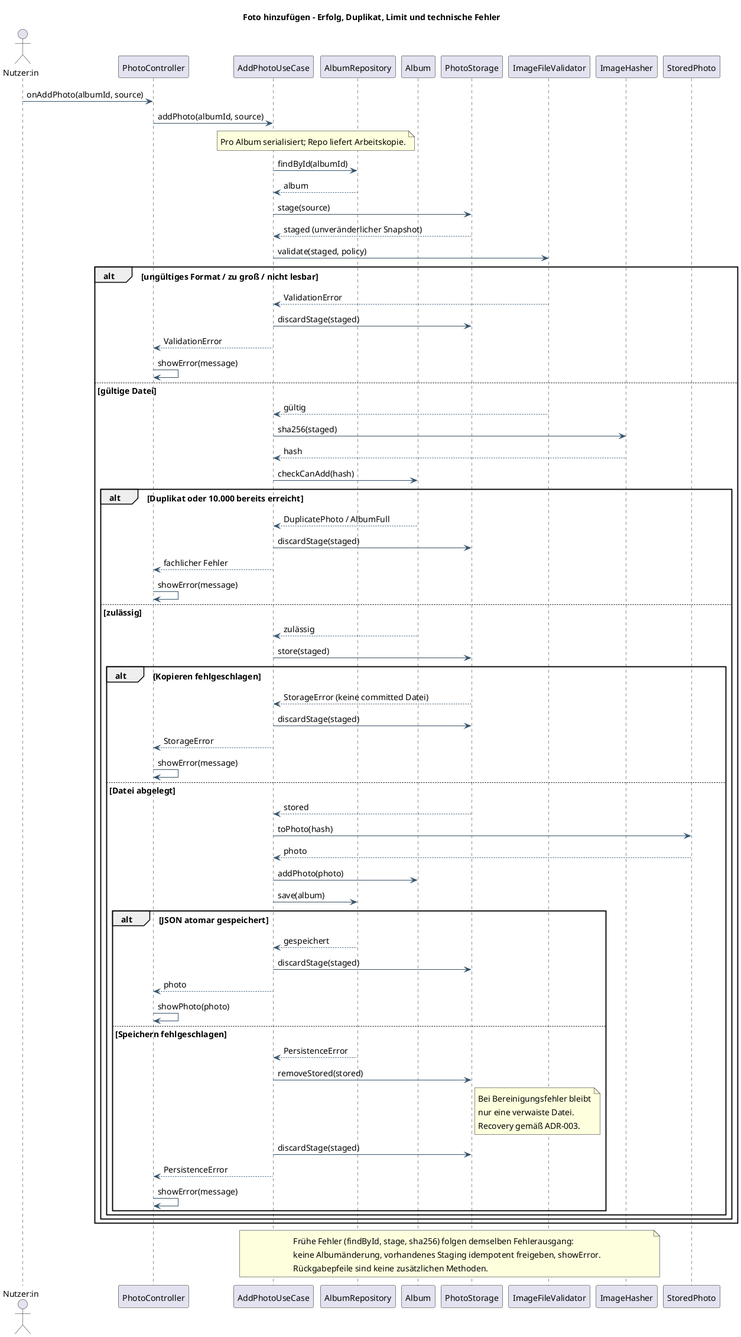
The PlantUML diagram docs/design/foto-hinzufuegen.png in ichessebaeume1/PhotoApp, before a commit. The source it was exported from:
```plantuml
@startuml
skinparam backgroundColor white
skinparam shadowing false
skinparam defaultFontName SansSerif
skinparam defaultFontSize 14
skinparam classAttributeIconSize 0
skinparam packageStyle rectangle
skinparam ArrowColor #34536B
skinparam classBackgroundColor #F1F6FA
skinparam classBorderColor #34536B
title Foto hinzufügen - Erfolg, Duplikat, Limit und technische Fehler
actor "Nutzer:in" as User
participant PhotoController as UI
participant AddPhotoUseCase as UC
participant AlbumRepository as Repo
participant Album
participant PhotoStorage as Storage
participant ImageFileValidator as Validator
participant ImageHasher as Hasher
participant StoredPhoto as Stored
User -> UI : onAddPhoto(albumId, source)
UI -> UC : addPhoto(albumId, source)
note over UC,Repo : Pro Album serialisiert; Repo liefert Arbeitskopie.
UC -> Repo : findById(albumId)
Repo --> UC : album
UC -> Storage : stage(source)
Storage --> UC : staged (unveränderlicher Snapshot)
UC -> Validator : validate(staged, policy)
alt ungültiges Format / zu groß / nicht lesbar
 Validator --> UC : ValidationError
 UC -> Storage : discardStage(staged)
 UC --> UI : ValidationError
 UI -> UI : showError(message)
else gültige Datei
 Validator --> UC : gültig
 UC -> Hasher : sha256(staged)
 Hasher --> UC : hash
 UC -> Album : checkCanAdd(hash)
 alt Duplikat oder 10.000 bereits erreicht
  Album --> UC : DuplicatePhoto / AlbumFull
  UC -> Storage : discardStage(staged)
  UC --> UI : fachlicher Fehler
  UI -> UI : showError(message)
 else zulässig
  Album --> UC : zulässig
  UC -> Storage : store(staged)
  alt Kopieren fehlgeschlagen
   Storage --> UC : StorageError (keine committed Datei)
   UC -> Storage : discardStage(staged)
   UC --> UI : StorageError
   UI -> UI : showError(message)
  else Datei abgelegt
   Storage --> UC : stored
   UC -> Stored : toPhoto(hash)
   Stored --> UC : photo
   UC -> Album : addPhoto(photo)
   UC -> Repo : save(album)
   alt JSON atomar gespeichert
    Repo --> UC : gespeichert
    UC -> Storage : discardStage(staged)
    UC --> UI : photo
    UI -> UI : showPhoto(photo)
   else Speichern fehlgeschlagen
    Repo --> UC : PersistenceError
    UC -> Storage : removeStored(stored)
    note right of Storage
Bei Bereinigungsfehler bleibt
nur eine verwaiste Datei.
Recovery gemäß ADR-003.
end note
    UC -> Storage : discardStage(staged)
    UC --> UI : PersistenceError
    UI -> UI : showError(message)
   end
  end
 end
end
note over UC,Hasher
Frühe Fehler (findById, stage, sha256) folgen demselben Fehlerausgang:
keine Albumänderung, vorhandenes Staging idempotent freigeben, showError.
Rückgabepfeile sind keine zusätzlichen Methoden.
end note
@enduml
```
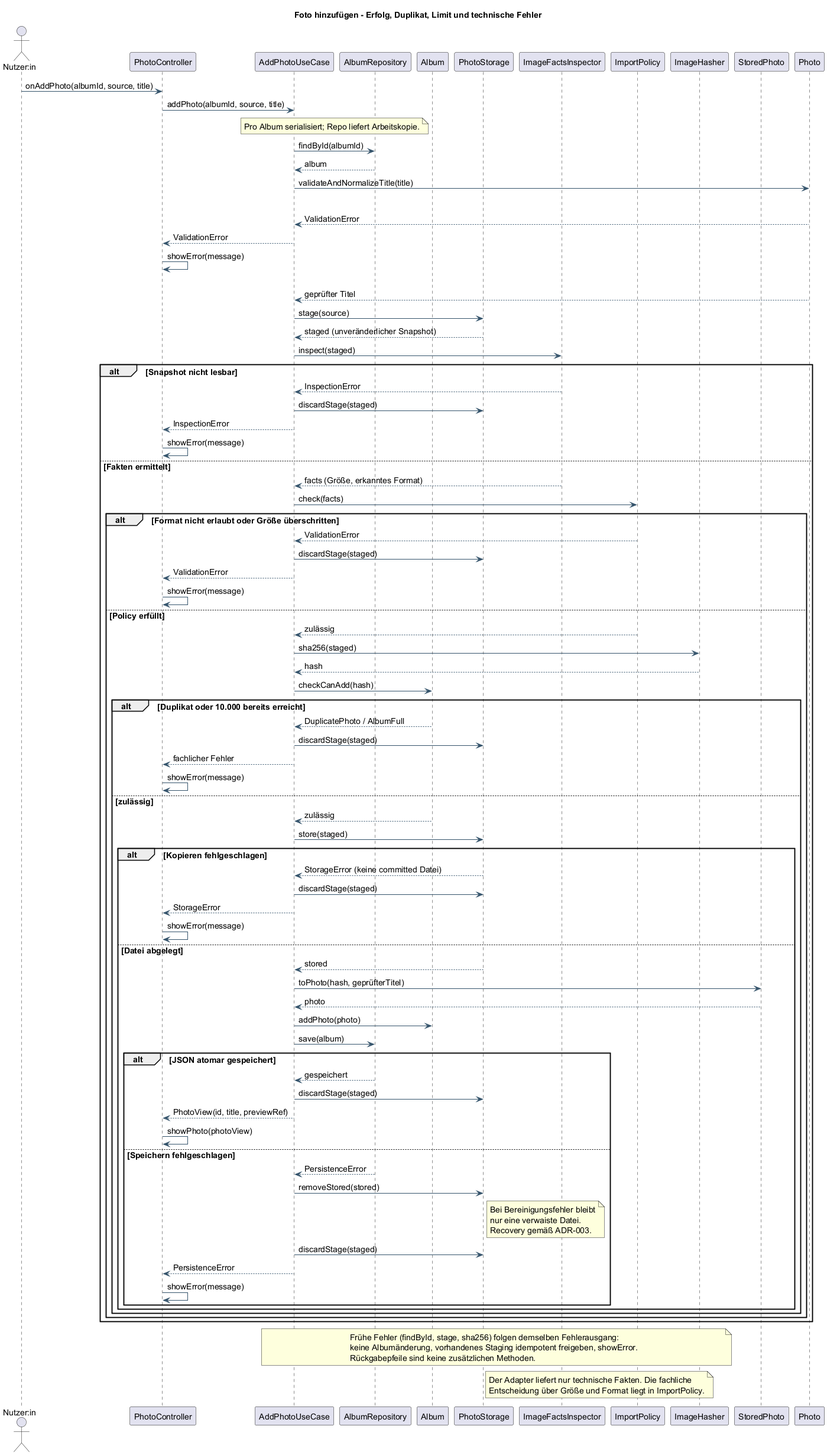
The same file after the commit.

Diff of the diagram source:
```diff
@@ -15,24 +15,41 @@
 participant AlbumRepository as Repo
 participant Album
 participant PhotoStorage as Storage
-participant ImageFileValidator as Validator
+participant ImageFactsInspector as Inspector
+participant ImportPolicy as Policy
 participant ImageHasher as Hasher
 participant StoredPhoto as Stored
-User -> UI : onAddPhoto(albumId, source)
-UI -> UC : addPhoto(albumId, source)
+participant Photo
+User -> UI : onAddPhoto(albumId, source, title)
+UI -> UC : addPhoto(albumId, source, title)
 note over UC,Repo : Pro Album serialisiert; Repo liefert Arbeitskopie.
 UC -> Repo : findById(albumId)
 Repo --> UC : album
+UC -> Photo : validateAndNormalizeTitle(title)
+alt Titel ungültig
+ Photo --> UC : ValidationError
+ UC --> UI : ValidationError
+ UI -> UI : showError(message)
+else Titel gültig
+ Photo --> UC : geprüfter Titel
 UC -> Storage : stage(source)
 Storage --> UC : staged (unveränderlicher Snapshot)
-UC -> Validator : validate(staged, policy)
-alt ungültiges Format / zu groß / nicht lesbar
- Validator --> UC : ValidationError
+UC -> Inspector : inspect(staged)
+alt Snapshot nicht lesbar
+ Inspector --> UC : InspectionError
  UC -> Storage : discardStage(staged)
- UC --> UI : ValidationError
+ UC --> UI : InspectionError
  UI -> UI : showError(message)
-else gültige Datei
- Validator --> UC : gültig
+else Fakten ermittelt
+ Inspector --> UC : facts (Größe, erkanntes Format)
+ UC -> Policy : check(facts)
+ alt Format nicht erlaubt oder Größe überschritten
+  Policy --> UC : ValidationError
+  UC -> Storage : discardStage(staged)
+  UC --> UI : ValidationError
+  UI -> UI : showError(message)
+ else Policy erfüllt
+  Policy --> UC : zulässig
  UC -> Hasher : sha256(staged)
  Hasher --> UC : hash
  UC -> Album : checkCanAdd(hash)
@@ -51,15 +68,15 @@
    UI -> UI : showError(message)
   else Datei abgelegt
    Storage --> UC : stored
-   UC -> Stored : toPhoto(hash)
+   UC -> Stored : toPhoto(hash, geprüfterTitel)
    Stored --> UC : photo
    UC -> Album : addPhoto(photo)
    UC -> Repo : save(album)
    alt JSON atomar gespeichert
     Repo --> UC : gespeichert
     UC -> Storage : discardStage(staged)
-    UC --> UI : photo
-    UI -> UI : showPhoto(photo)
+    UC --> UI : PhotoView(id, title, previewRef)
+    UI -> UI : showPhoto(photoView)
    else Speichern fehlgeschlagen
     Repo --> UC : PersistenceError
     UC -> Storage : removeStored(stored)
@@ -74,10 +91,15 @@
    end
   end
  end
+ end
 end
 note over UC,Hasher
 Frühe Fehler (findById, stage, sha256) folgen demselben Fehlerausgang:
 keine Albumänderung, vorhandenes Staging idempotent freigeben, showError.
 Rückgabepfeile sind keine zusätzlichen Methoden.
 end note
+note over Inspector,Policy
+Der Adapter liefert nur technische Fakten. Die fachliche
+Entscheidung über Größe und Format liegt in ImportPolicy.
+end note
 @enduml
```
